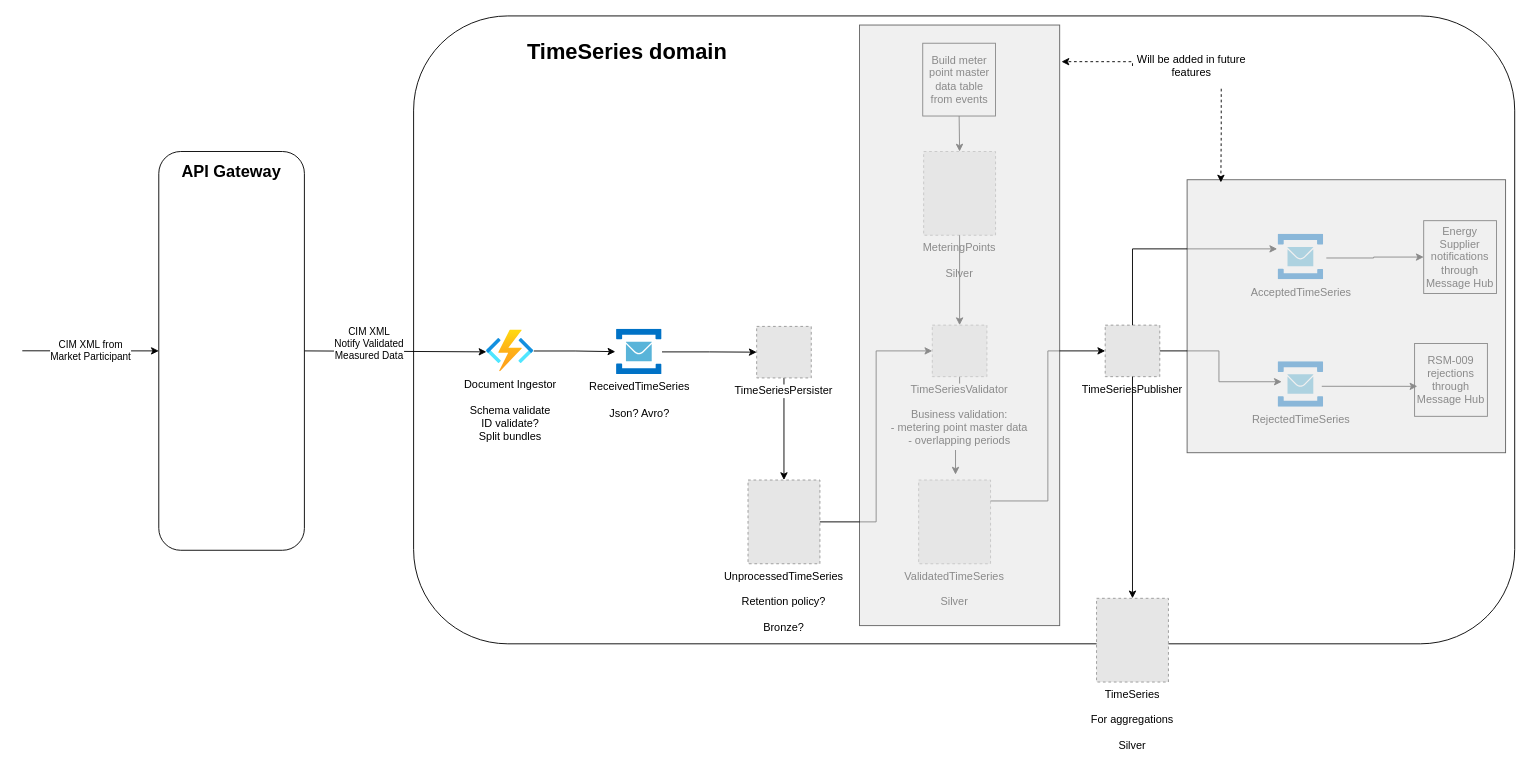
Earlier version of the draw.io diagram ARCHITECTURE.drawio (Energinet-DataHub/ARCHIVED-geh-timeseries). Source tidied: cells renumbered, new cells numbered last; positions are measured from the earlier drawing's top-left corner, leaving out a move shared by most shapes. Both pictures are drawn from the tidied source at 91%, with x=0, y=0 at pixel (22, 15). Pictures stored in the file or linked from it are replaced by grey dashed boxes.
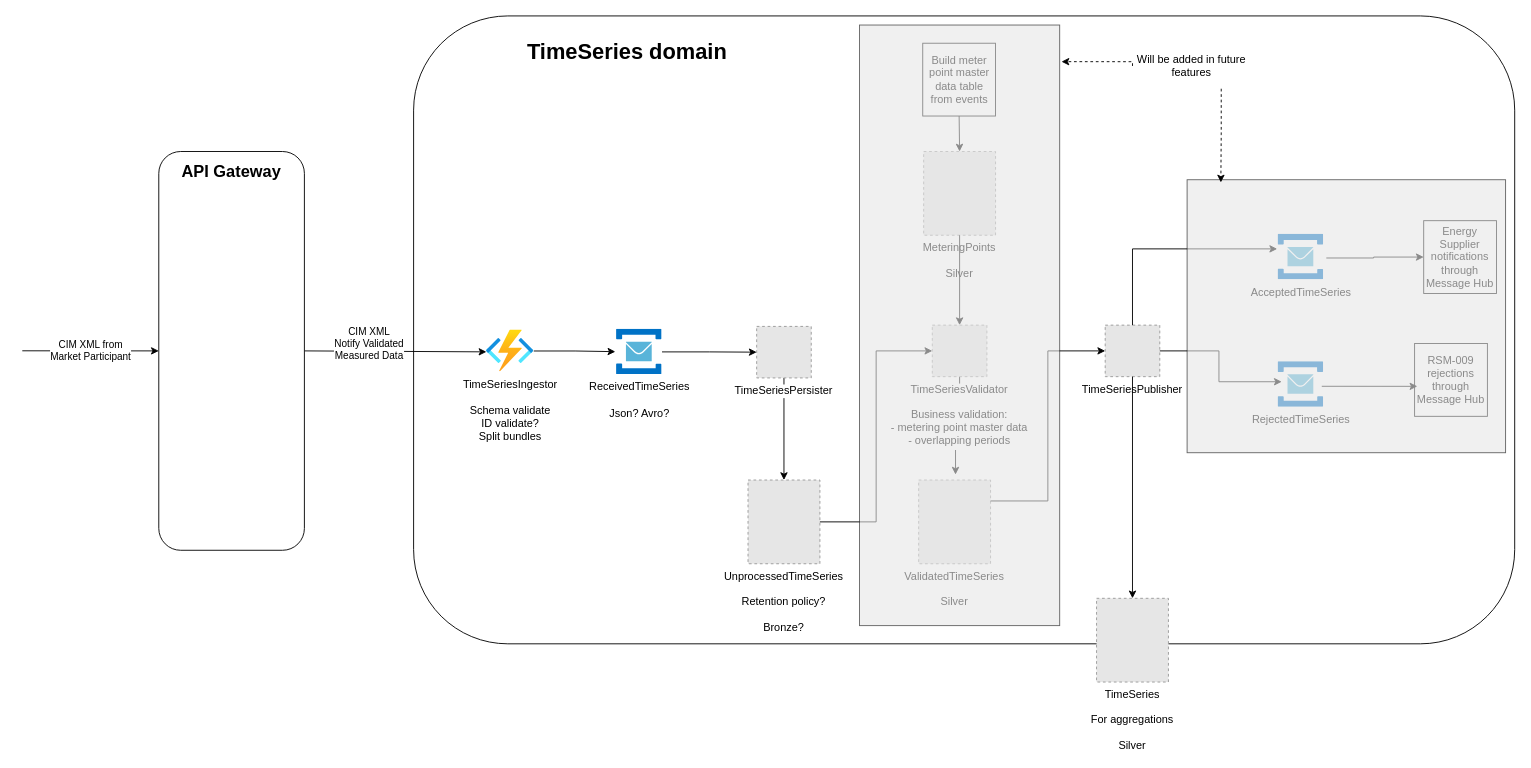
Above is the later version.

Commit message:
updated drawing whith new fuction name

What changed in the source:
```diff
@@
-    <mxCell id="6" value="Document Ingestor&lt;br&gt;&lt;br&gt;Schema validate&lt;br&gt;ID validate?&lt;br&gt;Split bundles" style="html=1;points=[];align=center;image;fontSize=12;image=img/lib/azure2/compute/Function_Apps.svg;labelPosition=center;verticalLabelPosition=bottom;verticalAlign=top;" parent="1" vertex="1">
+    <mxCell id="6" value="TimeSeriesIngestor&lt;br&gt;&lt;br&gt;Schema validate&lt;br&gt;ID validate?&lt;br&gt;Split bundles" style="html=1;points=[];align=center;image;fontSize=12;image=img/lib/azure2/compute/Function_Apps.svg;labelPosition=center;verticalLabelPosition=bottom;verticalAlign=top;" parent="1" vertex="1">
       <mxGeometry x="510" y="345.2" width="52" height="45.9" as="geometry" />
     </mxCell>
```
